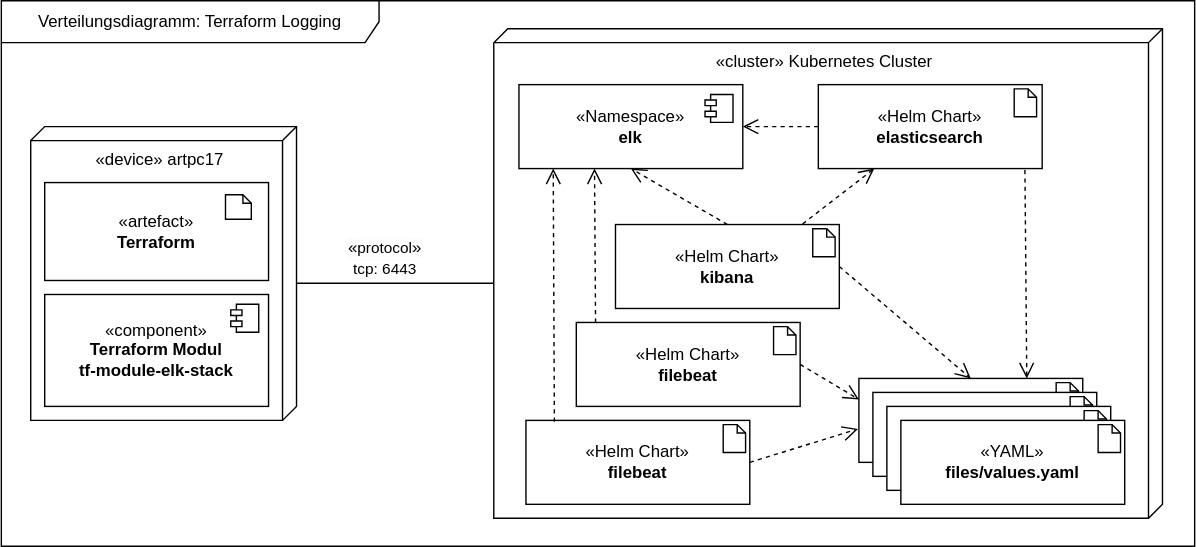
pogii123/drawio-charts keeps this draw.io diagram as uni-bsc/dd-terraform-logging.drawio.svg. Above is the earlier version. Source tidied: cells renumbered, new cells last; positions are measured from the earlier drawing's top-left corner, leaving out a move shared by most shapes.
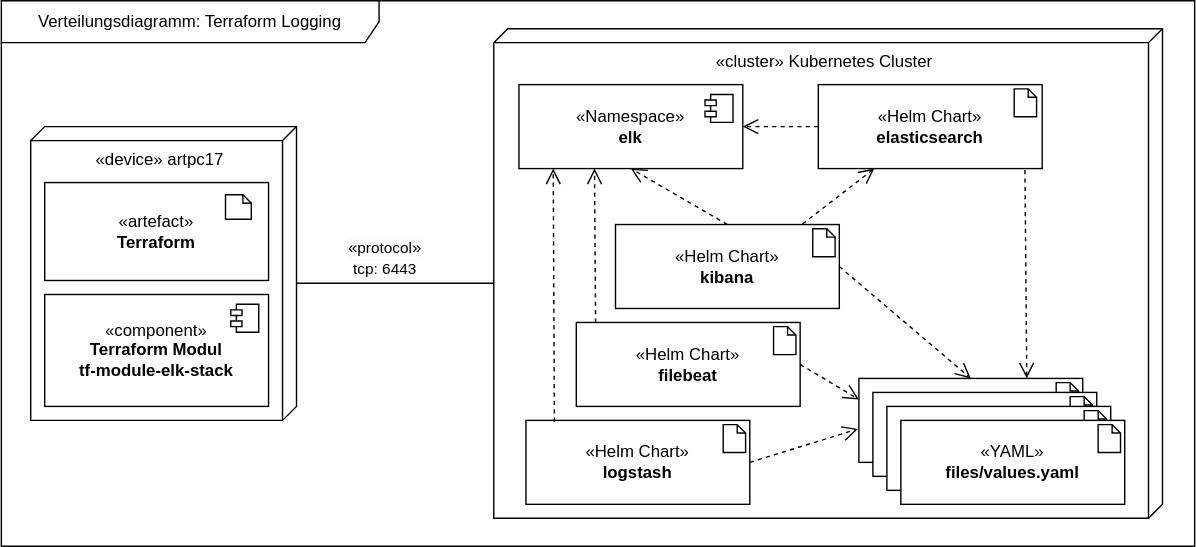
The same file after the commit.

Change to the diagram source:
```diff
@@ -85,7 +85,7 @@
     <mxCell id="25" style="group;" parent="10" vertex="1">
       <mxGeometry x="375" y="300" width="160" height="60" as="geometry" />
     </mxCell>
-    <mxCell id="26" value="«Helm Chart»&lt;div&gt;&lt;b&gt;filebeat&lt;/b&gt;&lt;/div&gt;" style="html=1;whiteSpace=wrap;" parent="25" vertex="1">
+    <mxCell id="26" value="«Helm Chart»&lt;div&gt;&lt;b&gt;logstash&lt;/b&gt;&lt;/div&gt;" style="html=1;whiteSpace=wrap;" parent="25" vertex="1">
       <mxGeometry width="160" height="60" as="geometry" />
     </mxCell>
     <mxCell id="27" style="shape=note2;boundedLbl=1;whiteSpace=wrap;html=1;size=6;verticalAlign=top;align=left;spacingLeft=5;" parent="25" vertex="1">
```
